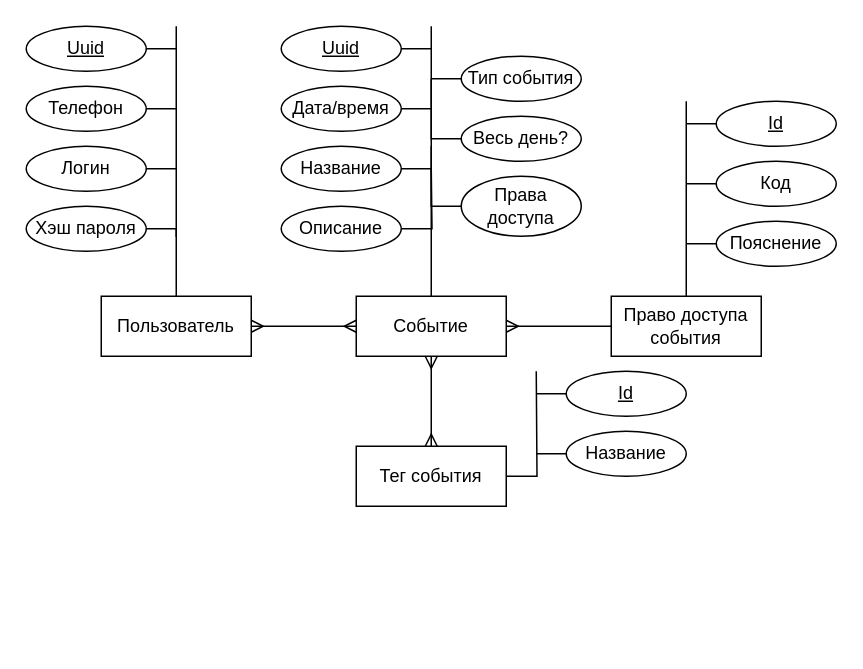
This is docs/diagrams/ER.drawio from AcidYurets/SD, a draw.io file, before an edit. Source tidied: cells renumbered, new cells numbered last; positions are measured from the earlier drawing's top-left corner, leaving out a move shared by most shapes. Both pictures are drawn from the tidied source at 150%, with x=0, y=0 at pixel (26, 26).
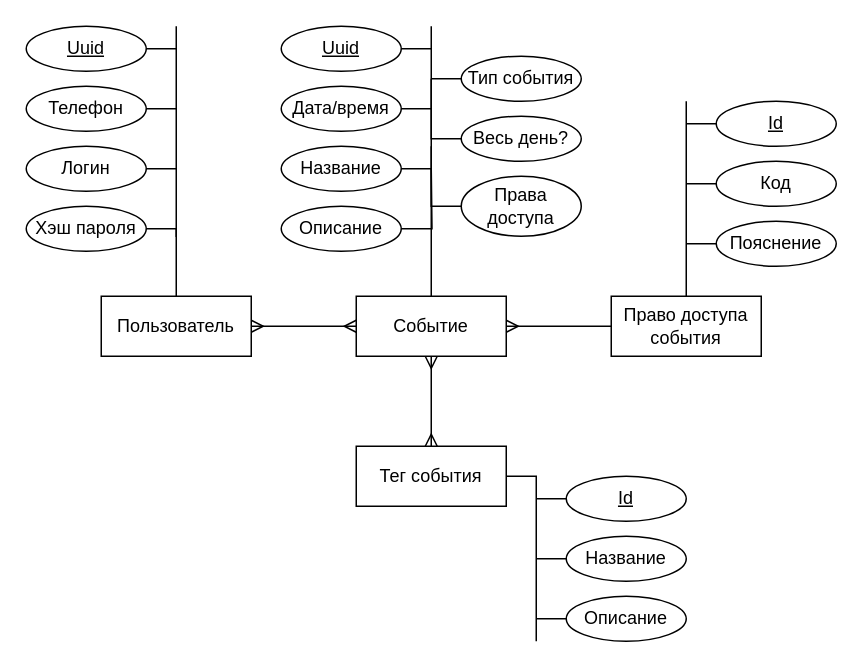
Above is the later version.

Commit message (it also covers changes not shown here):
Добавил схемы в README

Unchanged cells that the change refers to:
```xml
<mxCell id="10" value="Тег события" style="whiteSpace=wrap;html=1;align=center;" parent="1" vertex="1">
  <mxGeometry x="220" y="280" width="100" height="40" as="geometry" />
</mxCell>
```

The edit, as a diff of the source:
```diff
@@
     <mxCell id="9" style="edgeStyle=orthogonalEdgeStyle;rounded=0;jettySize=auto;html=1;endArrow=none;endFill=0;" parent="1" edge="1" source="10">
       <mxGeometry relative="1" as="geometry">
-        <mxPoint x="340" y="230" as="targetPoint" />
+        <mxPoint x="340" y="410" as="targetPoint" />
+        <Array as="points">
+          <mxPoint x="340" y="300" />
+          <mxPoint x="340" y="410" />
+        </Array>
       </mxGeometry>
     </mxCell>
@@
-    <mxCell id="41" style="edgeStyle=orthogonalEdgeStyle;rounded=0;jettySize=auto;html=1;endArrow=none;endFill=0;" parent="1" edge="1" source="42">
-      <mxGeometry relative="1" as="geometry">
-        <mxPoint x="340" y="245" as="targetPoint" />
-      </mxGeometry>
-    </mxCell>
+    <mxCell id="45" style="edgeStyle=orthogonalEdgeStyle;rounded=0;jettySize=auto;html=1;endArrow=none;endFill=0;" parent="1" edge="1" source="42">
+      <mxGeometry relative="1" as="geometry">
+        <mxPoint x="340" y="315" as="targetPoint" />
+      </mxGeometry>
+    </mxCell>
     <mxCell id="42" value="Id" style="ellipse;whiteSpace=wrap;html=1;align=center;fontStyle=4;" parent="1" vertex="1">
-      <mxGeometry x="360" y="230" width="80" height="30" as="geometry" />
+      <mxGeometry x="360" y="300" width="80" height="30" as="geometry" />
     </mxCell>
-    <mxCell id="43" style="edgeStyle=orthogonalEdgeStyle;rounded=0;jettySize=auto;html=1;endArrow=none;endFill=0;" parent="1" edge="1" source="44">
-      <mxGeometry relative="1" as="geometry">
-        <mxPoint x="340" y="285" as="targetPoint" />
-      </mxGeometry>
-    </mxCell>
+    <mxCell id="46" style="edgeStyle=orthogonalEdgeStyle;rounded=0;jettySize=auto;html=1;endArrow=none;endFill=0;" parent="1" edge="1" source="44">
+      <mxGeometry relative="1" as="geometry">
+        <mxPoint x="340" y="355" as="targetPoint" />
+      </mxGeometry>
+    </mxCell>
     <mxCell id="44" value="Название" style="ellipse;whiteSpace=wrap;html=1;align=center;" parent="1" vertex="1">
-      <mxGeometry x="360" y="270" width="80" height="30" as="geometry" />
+      <mxGeometry x="360" y="340" width="80" height="30" as="geometry" />
     </mxCell>
+    <mxCell id="47" style="edgeStyle=orthogonalEdgeStyle;rounded=0;jettySize=auto;html=1;endArrow=none;endFill=0;" parent="1" edge="1" source="48">
+      <mxGeometry relative="1" as="geometry">
+        <mxPoint x="340" y="395" as="targetPoint" />
+      </mxGeometry>
+    </mxCell>
+    <mxCell id="48" value="Описание" style="ellipse;whiteSpace=wrap;html=1;align=center;" parent="1" vertex="1">
+      <mxGeometry x="360" y="380" width="80" height="30" as="geometry" />
+    </mxCell>
```
